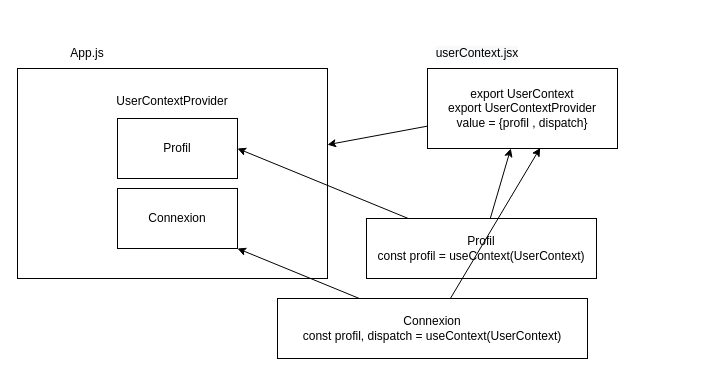
Earlier version of the draw.io diagram jour4/05-synthese.drawio (webdevproformation/react-greta-dec2022). Source tidied: cells renumbered, new cells numbered last; positions are measured from the earlier drawing's top-left corner, leaving out a move shared by most shapes. Both pictures are drawn from the tidied source at 100%, with x=0, y=0 at pixel (17, 38).
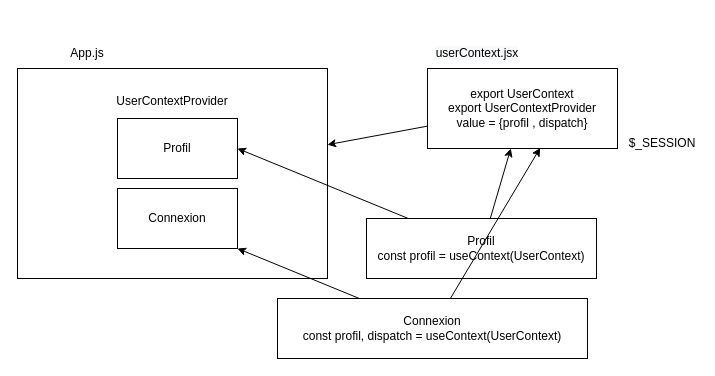
The same diagram, later.

Diff of the diagram source:
```diff
@@
 <mxGraphModel>
   <root>
     <mxCell id="0" />
     <mxCell id="1" parent="0" />
     <mxCell id="2" value="UserContextProvider&lt;br&gt;&lt;br&gt;&lt;br&gt;&lt;br&gt;&lt;br&gt;&lt;br&gt;&lt;br&gt;&lt;br&gt;&lt;br&gt;&lt;br&gt;&lt;br&gt;" style="rounded=0;whiteSpace=wrap;html=1;" parent="1" vertex="1">
       <mxGeometry y="30" width="310" height="210" as="geometry" />
     </mxCell>
     <mxCell id="3" value="Connexion" style="rounded=0;whiteSpace=wrap;html=1;" parent="1" vertex="1">
       <mxGeometry x="100" y="150" width="120" height="60" as="geometry" />
     </mxCell>
     <mxCell id="4" value="Profil" style="rounded=0;whiteSpace=wrap;html=1;" parent="1" vertex="1">
       <mxGeometry x="100" y="80" width="120" height="60" as="geometry" />
     </mxCell>
     <mxCell id="5" style="edgeStyle=none;html=1;" parent="1" edge="1" source="6" target="2">
       <mxGeometry relative="1" as="geometry" />
     </mxCell>
     <mxCell id="6" value="export UserContext&lt;br&gt;export UserContextProvider&lt;br&gt;value = {profil , dispatch}" style="rounded=0;whiteSpace=wrap;html=1;" parent="1" vertex="1">
       <mxGeometry x="410" y="30" width="190" height="80" as="geometry" />
     </mxCell>
     <mxCell id="7" value="App.js" style="text;html=1;strokeColor=none;fillColor=none;align=center;verticalAlign=middle;whiteSpace=wrap;rounded=0;" parent="1" vertex="1">
       <mxGeometry x="40" width="60" height="30" as="geometry" />
     </mxCell>
     <mxCell id="8" value="&#10;&#10;&lt;span style=&quot;color: rgb(0, 0, 0); font-family: helvetica; font-size: 12px; font-style: normal; font-weight: 400; letter-spacing: normal; text-align: center; text-indent: 0px; text-transform: none; word-spacing: 0px; background-color: rgb(248, 249, 250); display: inline; float: none;&quot;&gt;userContext.jsx&lt;/span&gt;&#10;&#10;" style="text;html=1;strokeColor=none;fillColor=none;align=center;verticalAlign=middle;whiteSpace=wrap;rounded=0;" parent="1" vertex="1">
       <mxGeometry x="410" width="100" height="30" as="geometry" />
     </mxCell>
     <mxCell id="9" style="edgeStyle=none;html=1;entryX=1;entryY=0.5;entryDx=0;entryDy=0;" parent="1" edge="1" source="11" target="4">
       <mxGeometry relative="1" as="geometry" />
     </mxCell>
     <mxCell id="10" style="edgeStyle=none;html=1;" parent="1" edge="1" source="11" target="6">
       <mxGeometry relative="1" as="geometry" />
     </mxCell>
     <mxCell id="11" value="Profil&lt;br&gt;const profil = useContext(UserContext)" style="rounded=0;whiteSpace=wrap;html=1;" parent="1" vertex="1">
       <mxGeometry x="349" y="180" width="230" height="60" as="geometry" />
     </mxCell>
     <mxCell id="12" style="edgeStyle=none;html=1;entryX=1;entryY=1;entryDx=0;entryDy=0;" parent="1" edge="1" source="14" target="3">
       <mxGeometry relative="1" as="geometry" />
     </mxCell>
     <mxCell id="13" style="edgeStyle=none;html=1;entryX=0.593;entryY=0.993;entryDx=0;entryDy=0;entryPerimeter=0;" parent="1" edge="1" source="14" target="6">
       <mxGeometry relative="1" as="geometry" />
     </mxCell>
     <mxCell id="14" value="Connexion&lt;br&gt;const profil, dispatch = useContext(UserContext)" style="rounded=0;whiteSpace=wrap;html=1;" parent="1" vertex="1">
       <mxGeometry x="260" y="260" width="310" height="60" as="geometry" />
     </mxCell>
+    <mxCell id="15" value="$_SESSION" style="text;html=1;strokeColor=none;fillColor=none;align=center;verticalAlign=middle;whiteSpace=wrap;rounded=0;" parent="1" vertex="1">
+      <mxGeometry x="610" y="90" width="70" height="30" as="geometry" />
+    </mxCell>
   </root>
 </mxGraphModel>
```
